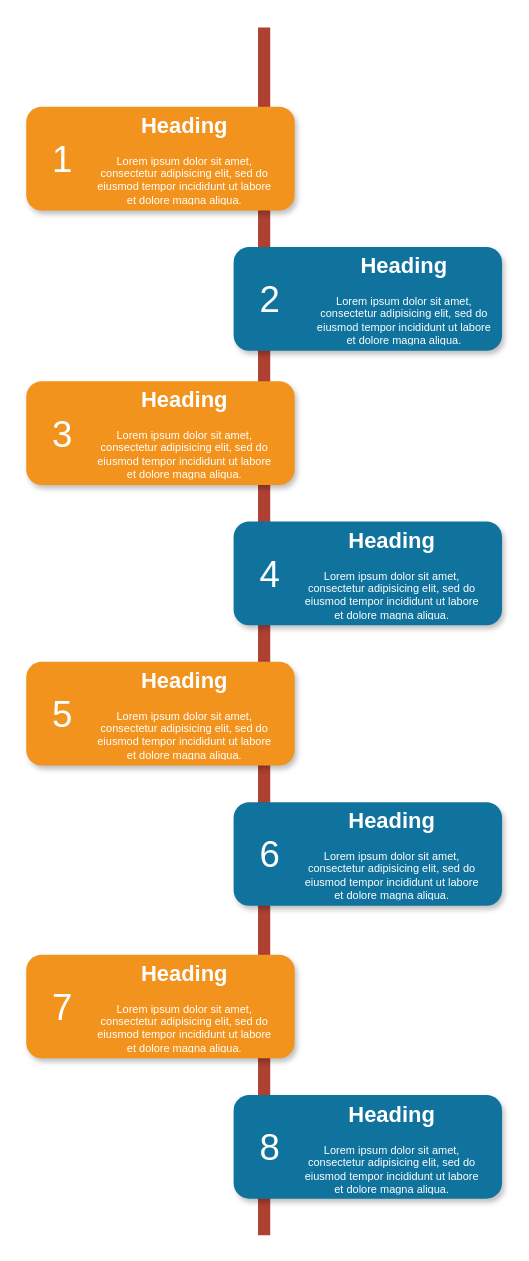
Above: Untitled Diagram.drawio in HernanSaltiveri/hernansaltiveri.github.io (draw.io), before the change. Source tidied: cells renumbered, new cells numbered last; positions are measured from the earlier drawing's top-left corner, leaving out a move shared by most shapes. Both pictures are drawn from the tidied source at 122%, with x=0, y=0 at pixel (26, 27).
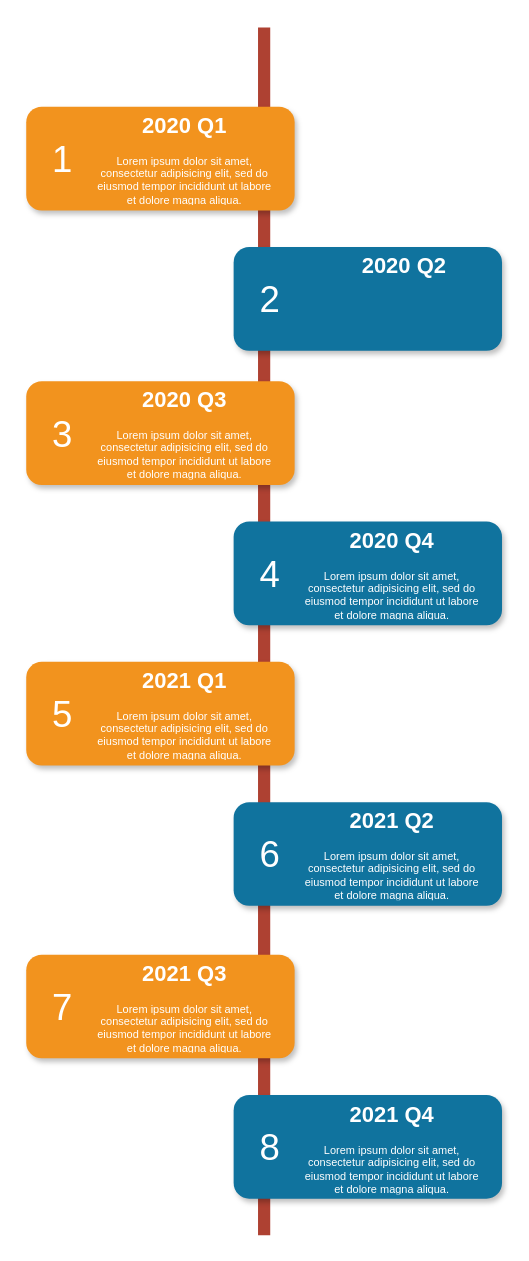
Above is the later version.

Diff of the diagram source:
```diff
@@
-    <mxCell id="19" value="&lt;h1&gt;Heading&lt;/h1&gt;&lt;p&gt;Lorem ipsum dolor sit amet, consectetur adipisicing elit, sed do eiusmod tempor incididunt ut labore et dolore magna aliqua.&lt;/p&gt;" style="text;html=1;spacing=5;spacingTop=-20;whiteSpace=wrap;overflow=hidden;strokeColor=none;strokeWidth=4;fillColor=none;gradientColor=#007FFF;fontSize=9;fontColor=#FFFFFF;align=center;" parent="1" vertex="1">
+    <mxCell id="19" value="&lt;h1&gt;2020 Q1&lt;/h1&gt;&lt;p&gt;Lorem ipsum dolor sit amet, consectetur adipisicing elit, sed do eiusmod tempor incididunt ut labore et dolore magna aliqua.&lt;/p&gt;" style="text;html=1;spacing=5;spacingTop=-20;whiteSpace=wrap;overflow=hidden;strokeColor=none;strokeWidth=4;fillColor=none;gradientColor=#007FFF;fontSize=9;fontColor=#FFFFFF;align=center;" parent="1" vertex="1">
       <mxGeometry x="50" y="69" width="160" height="77" as="geometry" />
     </mxCell>
-    <mxCell id="20" value="&lt;h1&gt;Heading&lt;/h1&gt;&lt;p&gt;Lorem ipsum dolor sit amet, consectetur adipisicing elit, sed do eiusmod tempor incididunt ut labore et dolore magna aliqua.&lt;/p&gt;" style="text;html=1;spacing=5;spacingTop=-20;whiteSpace=wrap;overflow=hidden;strokeColor=none;strokeWidth=4;fillColor=none;gradientColor=#007FFF;fontSize=9;fontColor=#FFFFFF;align=center;" parent="1" vertex="1">
+    <mxCell id="20" value="&lt;h1&gt;2020 Q2&lt;/h1&gt;" style="text;html=1;spacing=5;spacingTop=-20;whiteSpace=wrap;overflow=hidden;strokeColor=none;strokeWidth=4;fillColor=none;gradientColor=#007FFF;fontSize=9;fontColor=#FFFFFF;align=center;" parent="1" vertex="1">
       <mxGeometry x="230" y="184" width="160" height="77" as="geometry" />
     </mxCell>
-    <mxCell id="21" value="&lt;h1&gt;Heading&lt;/h1&gt;&lt;p&gt;Lorem ipsum dolor sit amet, consectetur adipisicing elit, sed do eiusmod tempor incididunt ut labore et dolore magna aliqua.&lt;/p&gt;" style="text;html=1;spacing=5;spacingTop=-20;whiteSpace=wrap;overflow=hidden;strokeColor=none;strokeWidth=4;fillColor=none;gradientColor=#007FFF;fontSize=9;fontColor=#FFFFFF;align=center;" parent="1" vertex="1">
+    <mxCell id="21" value="&lt;h1&gt;2020 Q3&lt;/h1&gt;&lt;p&gt;Lorem ipsum dolor sit amet, consectetur adipisicing elit, sed do eiusmod tempor incididunt ut labore et dolore magna aliqua.&lt;/p&gt;" style="text;html=1;spacing=5;spacingTop=-20;whiteSpace=wrap;overflow=hidden;strokeColor=none;strokeWidth=4;fillColor=none;gradientColor=#007FFF;fontSize=9;fontColor=#FFFFFF;align=center;" parent="1" vertex="1">
       <mxGeometry x="50" y="294" width="160" height="77" as="geometry" />
     </mxCell>
-    <mxCell id="22" value="&lt;h1&gt;Heading&lt;/h1&gt;&lt;p&gt;Lorem ipsum dolor sit amet, consectetur adipisicing elit, sed do eiusmod tempor incididunt ut labore et dolore magna aliqua.&lt;/p&gt;" style="text;html=1;spacing=5;spacingTop=-20;whiteSpace=wrap;overflow=hidden;strokeColor=none;strokeWidth=4;fillColor=none;gradientColor=#007FFF;fontSize=9;fontColor=#FFFFFF;align=center;" parent="1" vertex="1">
+    <mxCell id="22" value="&lt;h1&gt;2020 Q4&lt;/h1&gt;&lt;p&gt;Lorem ipsum dolor sit amet, consectetur adipisicing elit, sed do eiusmod tempor incididunt ut labore et dolore magna aliqua.&lt;/p&gt;" style="text;html=1;spacing=5;spacingTop=-20;whiteSpace=wrap;overflow=hidden;strokeColor=none;strokeWidth=4;fillColor=none;gradientColor=#007FFF;fontSize=9;fontColor=#FFFFFF;align=center;" parent="1" vertex="1">
       <mxGeometry x="220" y="409" width="160" height="77" as="geometry" />
     </mxCell>
-    <mxCell id="23" value="&lt;h1&gt;Heading&lt;/h1&gt;&lt;p&gt;Lorem ipsum dolor sit amet, consectetur adipisicing elit, sed do eiusmod tempor incididunt ut labore et dolore magna aliqua.&lt;/p&gt;" style="text;html=1;spacing=5;spacingTop=-20;whiteSpace=wrap;overflow=hidden;strokeColor=none;strokeWidth=4;fillColor=none;gradientColor=#007FFF;fontSize=9;fontColor=#FFFFFF;align=center;" parent="1" vertex="1">
+    <mxCell id="23" value="&lt;h1&gt;2021 Q1&lt;/h1&gt;&lt;p&gt;Lorem ipsum dolor sit amet, consectetur adipisicing elit, sed do eiusmod tempor incididunt ut labore et dolore magna aliqua.&lt;/p&gt;" style="text;html=1;spacing=5;spacingTop=-20;whiteSpace=wrap;overflow=hidden;strokeColor=none;strokeWidth=4;fillColor=none;gradientColor=#007FFF;fontSize=9;fontColor=#FFFFFF;align=center;" parent="1" vertex="1">
       <mxGeometry x="50" y="524" width="160" height="77" as="geometry" />
     </mxCell>
-    <mxCell id="24" value="&lt;h1&gt;Heading&lt;/h1&gt;&lt;p&gt;Lorem ipsum dolor sit amet, consectetur adipisicing elit, sed do eiusmod tempor incididunt ut labore et dolore magna aliqua.&lt;/p&gt;" style="text;html=1;spacing=5;spacingTop=-20;whiteSpace=wrap;overflow=hidden;strokeColor=none;strokeWidth=4;fillColor=none;gradientColor=#007FFF;fontSize=9;fontColor=#FFFFFF;align=center;" parent="1" vertex="1">
+    <mxCell id="24" value="&lt;h1&gt;2021 Q2&lt;/h1&gt;&lt;p&gt;Lorem ipsum dolor sit amet, consectetur adipisicing elit, sed do eiusmod tempor incididunt ut labore et dolore magna aliqua.&lt;/p&gt;" style="text;html=1;spacing=5;spacingTop=-20;whiteSpace=wrap;overflow=hidden;strokeColor=none;strokeWidth=4;fillColor=none;gradientColor=#007FFF;fontSize=9;fontColor=#FFFFFF;align=center;" parent="1" vertex="1">
       <mxGeometry x="220" y="639" width="160" height="77" as="geometry" />
     </mxCell>
-    <mxCell id="25" value="&lt;h1&gt;Heading&lt;/h1&gt;&lt;p&gt;Lorem ipsum dolor sit amet, consectetur adipisicing elit, sed do eiusmod tempor incididunt ut labore et dolore magna aliqua.&lt;/p&gt;" style="text;html=1;spacing=5;spacingTop=-20;whiteSpace=wrap;overflow=hidden;strokeColor=none;strokeWidth=4;fillColor=none;gradientColor=#007FFF;fontSize=9;fontColor=#FFFFFF;align=center;" parent="1" vertex="1">
+    <mxCell id="25" value="&lt;h1&gt;2021 Q3&lt;/h1&gt;&lt;p&gt;Lorem ipsum dolor sit amet, consectetur adipisicing elit, sed do eiusmod tempor incididunt ut labore et dolore magna aliqua.&lt;/p&gt;" style="text;html=1;spacing=5;spacingTop=-20;whiteSpace=wrap;overflow=hidden;strokeColor=none;strokeWidth=4;fillColor=none;gradientColor=#007FFF;fontSize=9;fontColor=#FFFFFF;align=center;" parent="1" vertex="1">
       <mxGeometry x="50" y="764" width="160" height="77" as="geometry" />
     </mxCell>
-    <mxCell id="26" value="&lt;h1&gt;Heading&lt;/h1&gt;&lt;p&gt;Lorem ipsum dolor sit amet, consectetur adipisicing elit, sed do eiusmod tempor incididunt ut labore et dolore magna aliqua.&lt;/p&gt;" style="text;html=1;spacing=5;spacingTop=-20;whiteSpace=wrap;overflow=hidden;strokeColor=none;strokeWidth=4;fillColor=none;gradientColor=#007FFF;fontSize=9;fontColor=#FFFFFF;align=center;" parent="1" vertex="1">
+    <mxCell id="26" value="&lt;h1&gt;2021 Q4&lt;/h1&gt;&lt;p&gt;Lorem ipsum dolor sit amet, consectetur adipisicing elit, sed do eiusmod tempor incididunt ut labore et dolore magna aliqua.&lt;/p&gt;" style="text;html=1;spacing=5;spacingTop=-20;whiteSpace=wrap;overflow=hidden;strokeColor=none;strokeWidth=4;fillColor=none;gradientColor=#007FFF;fontSize=9;fontColor=#FFFFFF;align=center;" parent="1" vertex="1">
       <mxGeometry x="220" y="880" width="160" height="77" as="geometry" />
     </mxCell>
```
